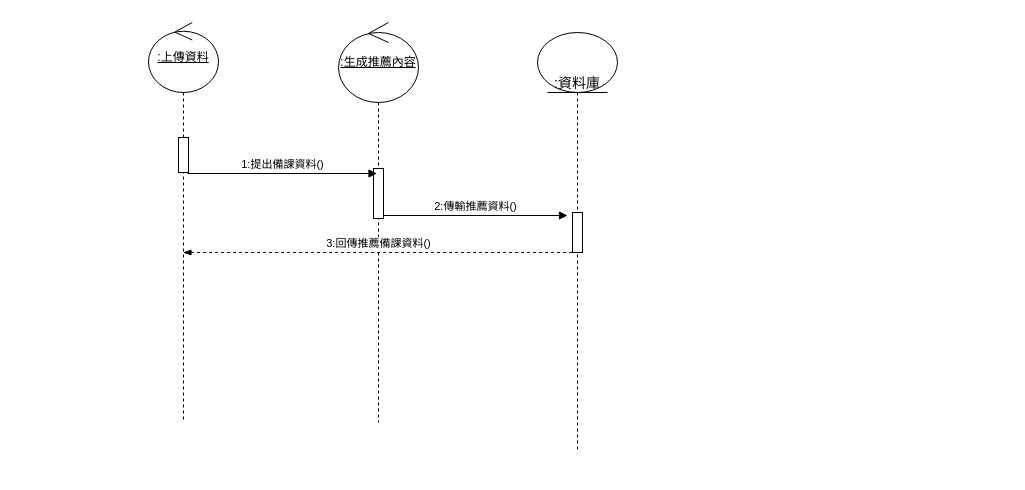
Above: page "老師身分" (1 of 2) of 循序圖(建議資料).drawio in Kevincheng0804/System-analysis (draw.io), before the change. Source tidied: cells renumbered, new cells numbered last; positions are measured from the earlier drawing's top-left corner, leaving out a move shared by most shapes. Both pictures are drawn from the tidied source at 100%, with x=0, y=0 at pixel (148, 22).
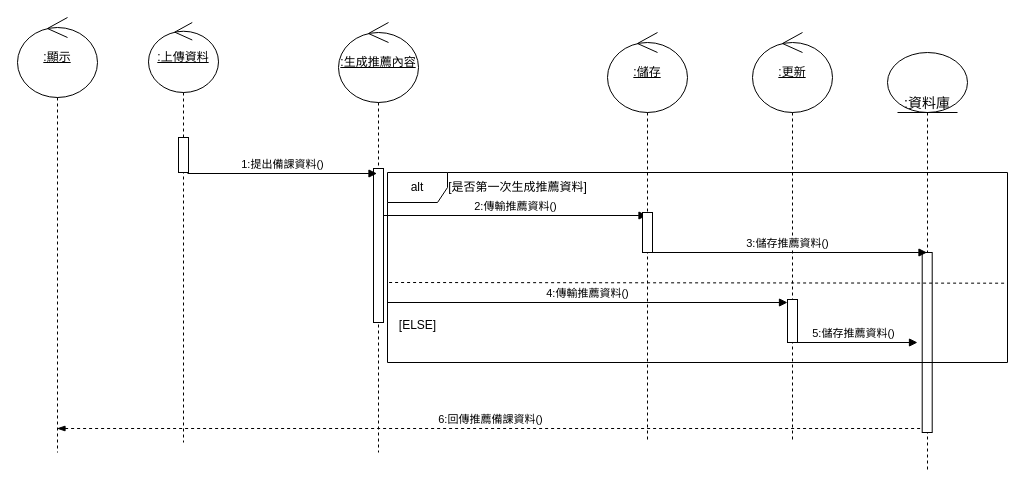
Above is the later version.

Change to the diagram source:
```diff
@@
     <mxCell id="2" value="&lt;u&gt;:上傳資料&lt;/u&gt;" style="shape=umlLifeline;perimeter=lifelinePerimeter;whiteSpace=wrap;html=1;outlineConnect=0;portConstraint=eastwest;newEdgeStyle={&quot;curved&quot;:0,&quot;rounded&quot;:0};participant=umlControl;size=70;" parent="1" vertex="1">
-      <mxGeometry width="70" height="400" as="geometry" />
+      <mxGeometry width="70" height="420" as="geometry" />
     </mxCell>
@@
     <mxCell id="4" value="&lt;u&gt;:生成推薦內容&lt;/u&gt;" style="shape=umlLifeline;perimeter=lifelinePerimeter;whiteSpace=wrap;html=1;newEdgeStyle={&quot;curved&quot;:0,&quot;rounded&quot;:0};participant=umlControl;size=80;" parent="1" vertex="1">
-      <mxGeometry x="190" width="80" height="400" as="geometry" />
+      <mxGeometry x="190" width="80" height="430" as="geometry" />
     </mxCell>
     <mxCell id="5" style="html=1;perimeter=orthogonalPerimeter;targetShapes=umlLifeline;newEdgeStyle={&quot;curved&quot;:0,&quot;rounded&quot;:0};" parent="4" vertex="1">
-      <mxGeometry x="35" y="146" width="10" height="50" as="geometry" />
+      <mxGeometry x="35" y="146" width="10" height="154" as="geometry" />
     </mxCell>
@@
     <mxCell id="7" value=":資料庫" style="shape=umlLifeline;participant=umlEntity;perimeter=lifelinePerimeter;whiteSpace=wrap;html=1;verticalAlign=top;spacingTop=36;outlineConnect=0;fontSize=14;size=60;" parent="1" vertex="1">
-      <mxGeometry x="389" y="10" width="80" height="420" as="geometry" />
+      <mxGeometry x="739" y="30" width="80" height="420" as="geometry" />
     </mxCell>
     <mxCell id="8" style="html=1;perimeter=orthogonalPerimeter;" parent="7" vertex="1">
-      <mxGeometry x="35" y="180" width="10" height="40" as="geometry" />
+      <mxGeometry x="34.7" y="200" width="10" height="180" as="geometry" />
     </mxCell>
+    <mxCell id="10" value="6:回傳推薦備課資料()" style="html=1;verticalAlign=bottom;endArrow=none;curved=0;rounded=0;dashed=1;startArrow=blockThin;startFill=1;endFill=0;entryX=-0.015;entryY=1;entryDx=0;entryDy=0;entryPerimeter=0;" parent="7" edge="1" source="20">
+      <mxGeometry relative="1" as="geometry">
+        <mxPoint x="34.7" y="376" as="targetPoint" />
+      </mxGeometry>
+    </mxCell>
-    <mxCell id="9" value="2:傳輸推薦資料()" style="html=1;verticalAlign=bottom;startArrow=none;startFill=0;endArrow=block;startSize=8;" parent="1" edge="1">
+    <mxCell id="9" value="2:傳輸推薦資料()" style="html=1;verticalAlign=bottom;startArrow=none;startFill=0;endArrow=block;startSize=8;" parent="1" edge="1" target="12">
       <mxGeometry relative="1" as="geometry">
         <mxPoint x="234.5" y="193" as="sourcePoint" />
-        <mxPoint x="419" y="193" as="targetPoint" />
       </mxGeometry>
     </mxCell>
-    <mxCell id="10" value="3:回傳推薦備課資料()" style="html=1;verticalAlign=bottom;endArrow=none;curved=0;rounded=0;dashed=1;startArrow=blockThin;startFill=1;endFill=0;entryX=-0.015;entryY=1;entryDx=0;entryDy=0;entryPerimeter=0;" parent="1" edge="1" source="2">
-      <mxGeometry relative="1" as="geometry">
-        <mxPoint x="425" y="230" as="targetPoint" />
-      </mxGeometry>
-    </mxCell>
+    <mxCell id="11" value="alt" style="shape=umlFrame;whiteSpace=wrap;html=1;" parent="1" vertex="1">
+      <mxGeometry x="239" y="150" width="620" height="190" as="geometry" />
+    </mxCell>
+    <mxCell id="12" value="&lt;u&gt;:儲存&lt;/u&gt;" style="shape=umlLifeline;perimeter=lifelinePerimeter;whiteSpace=wrap;html=1;outlineConnect=0;portConstraint=eastwest;newEdgeStyle={&quot;curved&quot;:0,&quot;rounded&quot;:0};participant=umlControl;size=80;" parent="1" vertex="1">
+      <mxGeometry x="459" y="10" width="80" height="410" as="geometry" />
+    </mxCell>
+    <mxCell id="13" style="html=1;perimeter=orthogonalPerimeter;targetShapes=umlLifeline;newEdgeStyle={&quot;curved&quot;:0,&quot;rounded&quot;:0};" parent="12" vertex="1">
+      <mxGeometry x="35" y="180" width="10" height="40" as="geometry" />
+    </mxCell>
+    <mxCell id="14" value="&lt;u&gt;:更新&lt;/u&gt;" style="shape=umlLifeline;perimeter=lifelinePerimeter;whiteSpace=wrap;html=1;newEdgeStyle={&quot;curved&quot;:0,&quot;rounded&quot;:0};participant=umlControl;size=80;" parent="1" vertex="1">
+      <mxGeometry x="604" y="10" width="80" height="410" as="geometry" />
+    </mxCell>
+    <mxCell id="15" style="html=1;points=[[0,0,0,0,5],[0,1,0,0,-5],[1,0,0,0,5],[1,1,0,0,-5]];perimeter=orthogonalPerimeter;outlineConnect=0;targetShapes=umlLifeline;portConstraint=eastwest;newEdgeStyle={&quot;curved&quot;:0,&quot;rounded&quot;:0};" parent="14" vertex="1">
+      <mxGeometry x="35" y="267" width="10" height="43" as="geometry" />
+    </mxCell>
+    <mxCell id="16" value="4:傳輸推薦資料()" style="html=1;verticalAlign=bottom;startArrow=none;startFill=0;endArrow=block;startSize=8;" parent="1" edge="1" target="15">
+      <mxGeometry relative="1" as="geometry">
+        <mxPoint x="239" y="280" as="sourcePoint" />
+      </mxGeometry>
+    </mxCell>
+    <mxCell id="17" value="3:儲存推薦資料()" style="html=1;verticalAlign=bottom;startArrow=none;startFill=0;endArrow=block;startSize=8;" parent="1" edge="1" target="7">
+      <mxGeometry relative="1" as="geometry">
+        <mxPoint x="499" y="230" as="sourcePoint" />
+      </mxGeometry>
+    </mxCell>
+    <mxCell id="18" style="endArrow=none;dashed=1;endFill=0;endSize=12;html=1;rounded=0;entryX=0.997;entryY=0.571;entryDx=0;entryDy=0;entryPerimeter=0;exitX=0.003;exitY=0.579;exitDx=0;exitDy=0;exitPerimeter=0;" parent="1" edge="1">
+      <mxGeometry relative="1" as="geometry">
+        <mxPoint x="240.6" y="260" as="sourcePoint" />
+        <mxPoint x="857.4" y="260.7" as="targetPoint" />
+      </mxGeometry>
+    </mxCell>
+    <mxCell id="19" value="5:儲存推薦資料()" style="html=1;verticalAlign=bottom;startArrow=none;startFill=0;endArrow=block;startSize=8;" parent="1" edge="1">
+      <mxGeometry relative="1" as="geometry">
+        <mxPoint x="640" y="320" as="sourcePoint" />
+        <mxPoint x="769" y="320" as="targetPoint" />
+      </mxGeometry>
+    </mxCell>
+    <mxCell id="20" value="&lt;u&gt;:顯示&lt;/u&gt;" style="shape=umlLifeline;perimeter=lifelinePerimeter;whiteSpace=wrap;html=1;outlineConnect=0;portConstraint=eastwest;newEdgeStyle={&quot;curved&quot;:0,&quot;rounded&quot;:0};participant=umlControl;size=80;" parent="1" vertex="1">
+      <mxGeometry x="-131" y="-5" width="80" height="435" as="geometry" />
+    </mxCell>
+    <mxCell id="21" value="[是否第一次生成推薦資料]" style="text;html=1;align=center;verticalAlign=middle;strokeColor=none;fillColor=none;" parent="1" vertex="1">
+      <mxGeometry x="289" y="150" width="160" height="30" as="geometry" />
+    </mxCell>
+    <mxCell id="22" value="[ELSE]" style="text;html=1;align=center;verticalAlign=middle;strokeColor=none;fillColor=none;" parent="1" vertex="1">
+      <mxGeometry x="239" y="288" width="60" height="30" as="geometry" />
+    </mxCell>
```
